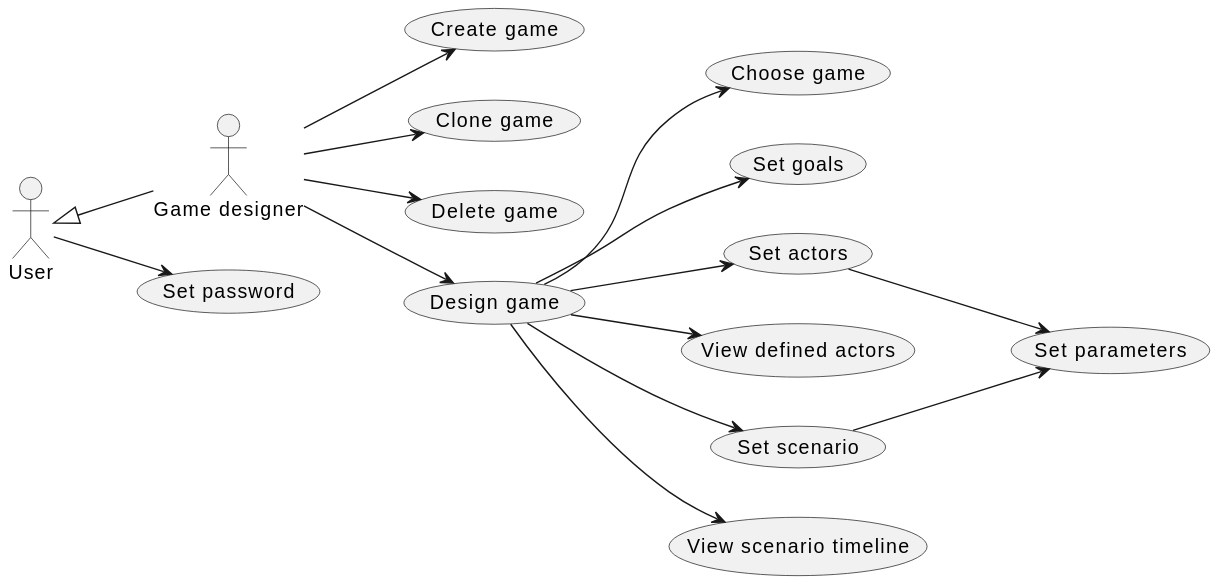
Earlier version of the PlantUML export doc/1-use-cases/diagrams/game-design.svg (averbraeck/gscg-design).
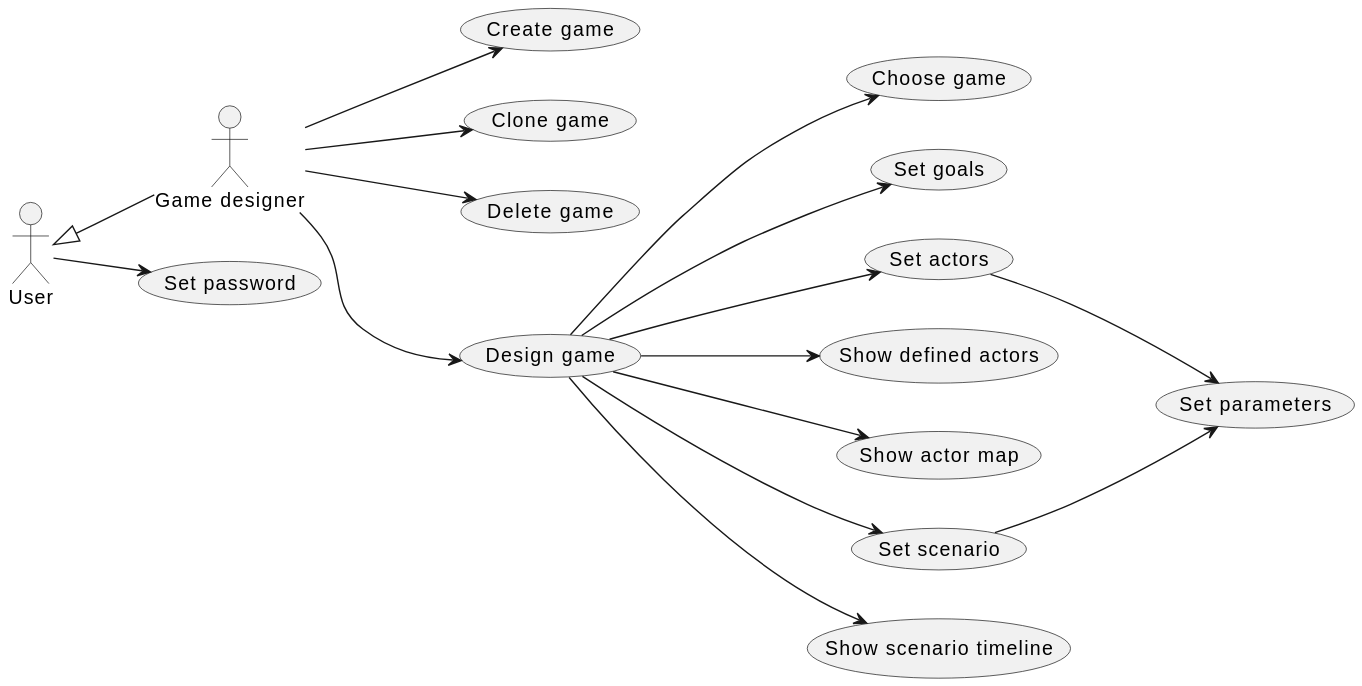
After the commit.

The edit, as a diff of the source:
```diff
@@ -3,22 +3,21 @@
 
 "Game designer" as GD
 User <|-- GD
-
 User --> (Set password)
 
 GD --> (Create game)
 
 GD --> (Clone game)
-
 GD --> (Delete game)
 
-GD --> (Design game)
-(Design game) --> (Choose game)
+GD --> (Design game) : "         \n\n\n\n\n"
+(Design game) --> (Choose game) : "              "
 (Design game) --> (Set goals)
 (Design game) --> (Set actors)
-(Design game) --> (View defined actors)
+(Design game) --> (Show defined actors)
+(Design game) --> (Show actor map)
 (Design game) --> (Set scenario)
-(Design game) --> (View scenario timeline)
+(Design game) --> (Show scenario timeline)
 (Set scenario) --> (Set parameters)
 (Set actors) --> (Set parameters)
 @enduml
```
